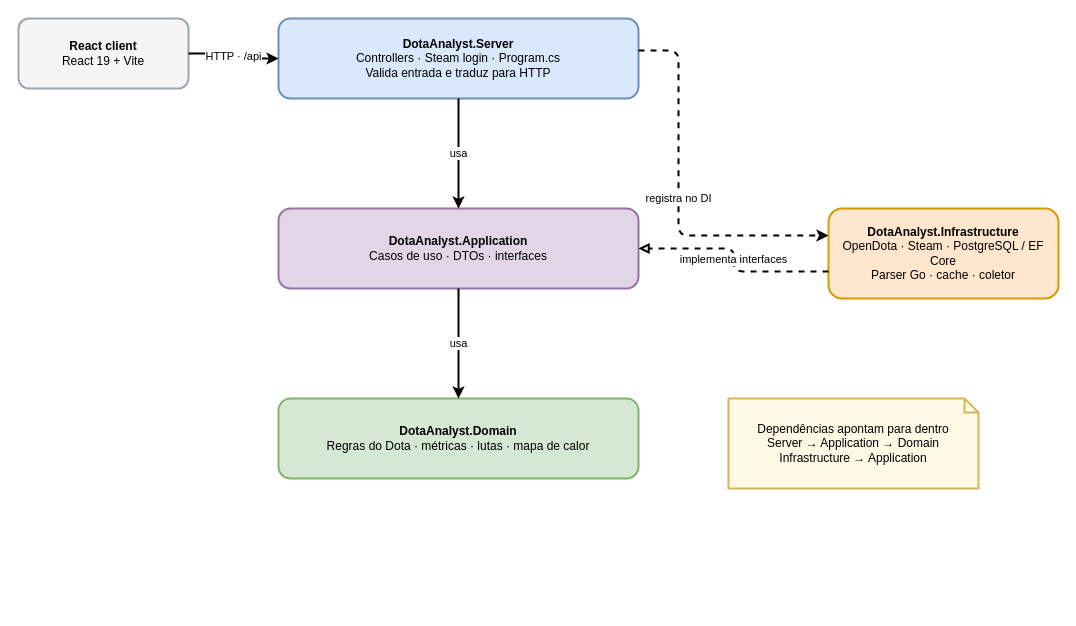
This is page "2. Camadas DDD" (2 of 6) of docs/diagrams/dotaanalyst.drawio from andreomorg/dota_analyst, a draw.io file, before an edit. Source tidied: cells renumbered, new cells numbered last; positions are measured from the earlier drawing's top-left corner, leaving out a move shared by most shapes. Both pictures are drawn from the tidied source at 100%, with x=0, y=0 at pixel (18, 18).
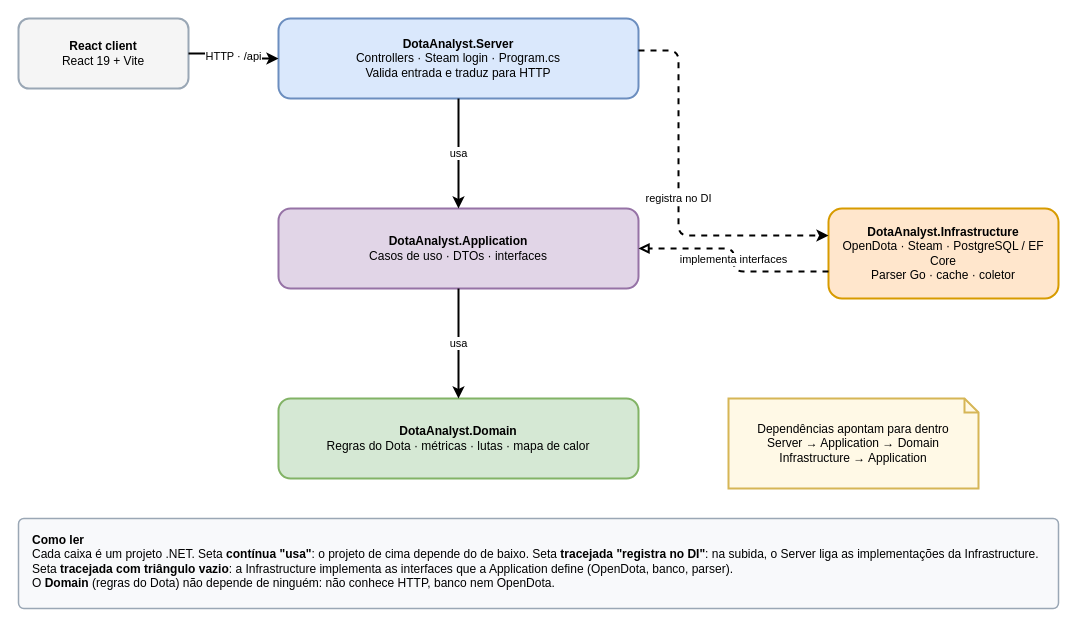
Above is the later version.

The edit, as a diff of the source:
```diff
@@
 <mxGraphModel>
   <root>
     <mxCell id="0" />
     <mxCell id="1" parent="0" />
     <mxCell id="2" value="&lt;b&gt;React client&lt;/b&gt;&lt;br&gt;React 19 + Vite" style="rounded=1;whiteSpace=wrap;html=1;fillColor=#f5f5f5;strokeColor=#9aa7b5;strokeWidth=2;" parent="1" vertex="1">
       <mxGeometry width="170" height="70" as="geometry" />
     </mxCell>
     <mxCell id="3" value="&lt;b&gt;DotaAnalyst.Server&lt;/b&gt;&lt;br&gt;Controllers · Steam login · Program.cs&lt;br&gt;Valida entrada e traduz para HTTP" style="rounded=1;whiteSpace=wrap;html=1;fillColor=#dae8fc;strokeColor=#6c8ebf;strokeWidth=2;" parent="1" vertex="1">
       <mxGeometry x="260" width="360" height="80" as="geometry" />
     </mxCell>
     <mxCell id="4" value="&lt;b&gt;DotaAnalyst.Application&lt;/b&gt;&lt;br&gt;Casos de uso · DTOs · interfaces" style="rounded=1;whiteSpace=wrap;html=1;fillColor=#e1d5e7;strokeColor=#9673a6;strokeWidth=2;" parent="1" vertex="1">
       <mxGeometry x="260" y="190" width="360" height="80" as="geometry" />
     </mxCell>
     <mxCell id="5" value="&lt;b&gt;DotaAnalyst.Domain&lt;/b&gt;&lt;br&gt;Regras do Dota · métricas · lutas · mapa de calor" style="rounded=1;whiteSpace=wrap;html=1;fillColor=#d5e8d4;strokeColor=#82b366;strokeWidth=2;" parent="1" vertex="1">
       <mxGeometry x="260" y="380" width="360" height="80" as="geometry" />
     </mxCell>
     <mxCell id="6" value="&lt;b&gt;DotaAnalyst.Infrastructure&lt;/b&gt;&lt;br&gt;OpenDota · Steam · PostgreSQL / EF Core&lt;br&gt;Parser Go · cache · coletor" style="rounded=1;whiteSpace=wrap;html=1;fillColor=#ffe6cc;strokeColor=#d79b00;strokeWidth=2;" parent="1" vertex="1">
       <mxGeometry x="810" y="190" width="230" height="90" as="geometry" />
     </mxCell>
     <mxCell id="7" value="Dependências apontam para dentro&lt;br&gt;Server → Application → Domain&lt;br&gt;Infrastructure → Application" style="shape=note;whiteSpace=wrap;html=1;size=14;fillColor=#fff9e6;strokeColor=#d6b656;strokeWidth=2;" parent="1" vertex="1">
       <mxGeometry x="710" y="380" width="250" height="90" as="geometry" />
     </mxCell>
     <mxCell id="8" value="HTTP · /api" style="edgeStyle=orthogonalEdgeStyle;rounded=1;strokeWidth=2;html=1;labelBackgroundColor=#ffffff;exitX=1;exitY=0.5;entryX=0;entryY=0.5;" parent="1" edge="1" source="2" target="3">
       <mxGeometry relative="1" as="geometry" />
     </mxCell>
     <mxCell id="9" value="usa" style="edgeStyle=orthogonalEdgeStyle;rounded=1;strokeWidth=2;html=1;labelBackgroundColor=#ffffff;exitX=0.5;exitY=1;entryX=0.5;entryY=0;" parent="1" edge="1" source="3" target="4">
       <mxGeometry relative="1" as="geometry" />
     </mxCell>
     <mxCell id="10" value="usa" style="edgeStyle=orthogonalEdgeStyle;rounded=1;strokeWidth=2;html=1;labelBackgroundColor=#ffffff;exitX=0.5;exitY=1;entryX=0.5;entryY=0;" parent="1" edge="1" source="4" target="5">
       <mxGeometry relative="1" as="geometry" />
     </mxCell>
     <mxCell id="11" value="registra no DI" style="edgeStyle=orthogonalEdgeStyle;rounded=1;dashed=1;strokeWidth=2;html=1;labelBackgroundColor=#ffffff;exitX=1;exitY=0.4;entryX=0;entryY=0.3;" parent="1" edge="1" source="3" target="6">
       <mxGeometry relative="1" as="geometry">
         <Array as="points">
           <mxPoint x="660" y="32" />
           <mxPoint x="660" y="217" />
         </Array>
       </mxGeometry>
     </mxCell>
     <mxCell id="12" value="implementa interfaces" style="edgeStyle=orthogonalEdgeStyle;rounded=1;dashed=1;strokeWidth=2;endArrow=block;endFill=0;html=1;labelBackgroundColor=#ffffff;exitX=0;exitY=0.7;entryX=1;entryY=0.5;" parent="1" edge="1" source="6" target="4">
       <mxGeometry relative="1" as="geometry" />
     </mxCell>
+    <mxCell id="13" value="&lt;b&gt;Como ler&lt;/b&gt;&lt;br&gt;Cada caixa é um projeto .NET. Seta &lt;b&gt;contínua &quot;usa&quot;&lt;/b&gt;: o projeto de cima depende do de baixo. Seta &lt;b&gt;tracejada &quot;registra no DI&quot;&lt;/b&gt;: na subida, o Server liga as implementações da Infrastructure. Seta &lt;b&gt;tracejada com triângulo vazio&lt;/b&gt;: a Infrastructure implementa as interfaces que a Application define (OpenDota, banco, parser).&lt;br&gt;O &lt;b&gt;Domain&lt;/b&gt; (regras do Dota) não depende de ninguém: não conhece HTTP, banco nem OpenDota." style="rounded=1;whiteSpace=wrap;html=1;align=left;verticalAlign=top;spacingLeft=12;spacingRight=12;spacingTop=8;fillColor=#f8f9fb;strokeColor=#9aa7b5;strokeWidth=1.5;arcSize=6;" parent="1" vertex="1">
+      <mxGeometry y="500" width="1040" height="90" as="geometry" />
+    </mxCell>
   </root>
 </mxGraphModel>
```
